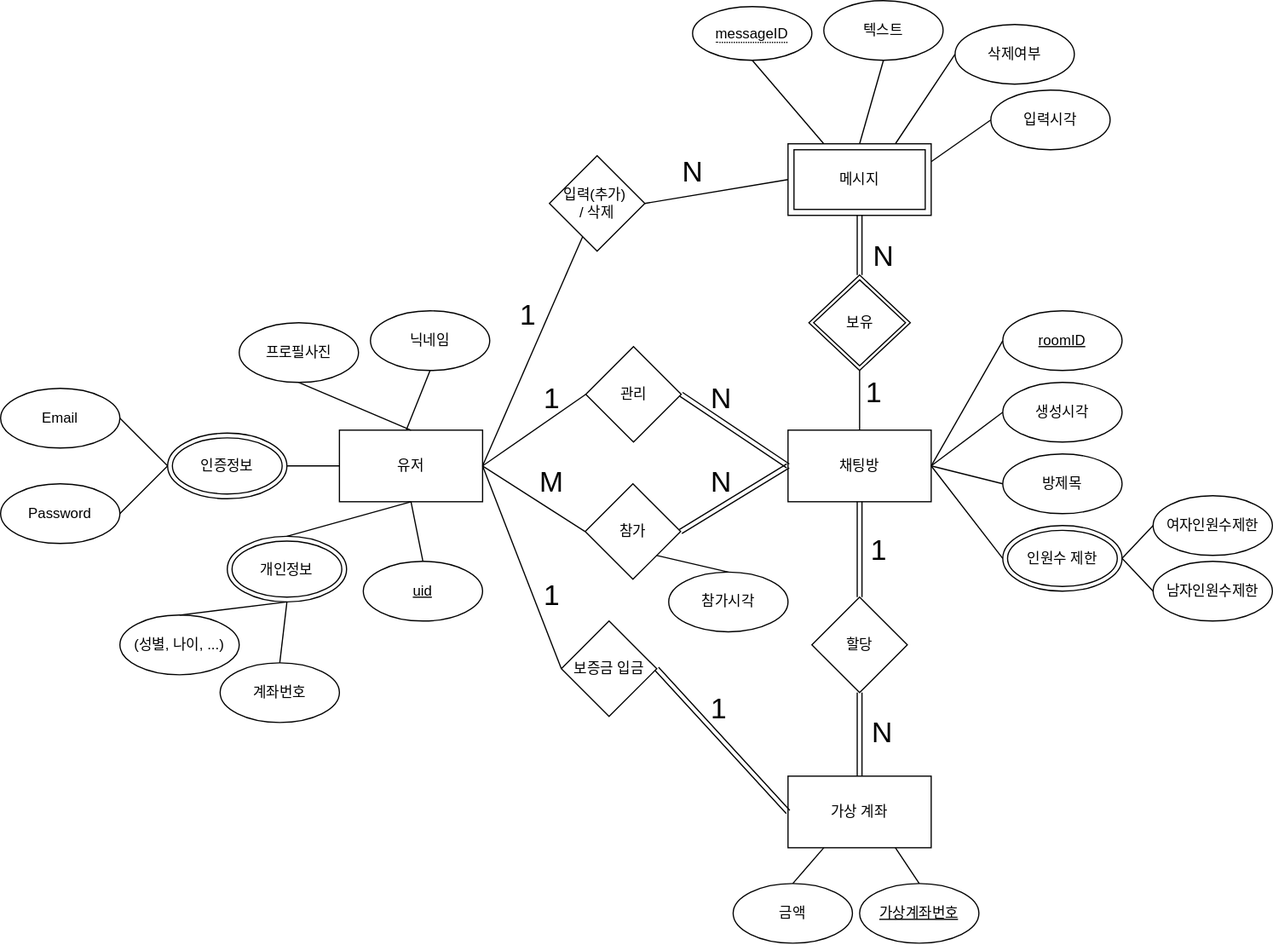
This is diagrams/DB_conceptual_design.drawio.svg from RGB234/meeting_app, a draw.io export, as it was before one commit. Source tidied: cells renumbered, new cells last; positions are measured from the earlier drawing's top-left corner, leaving out a move shared by most shapes.
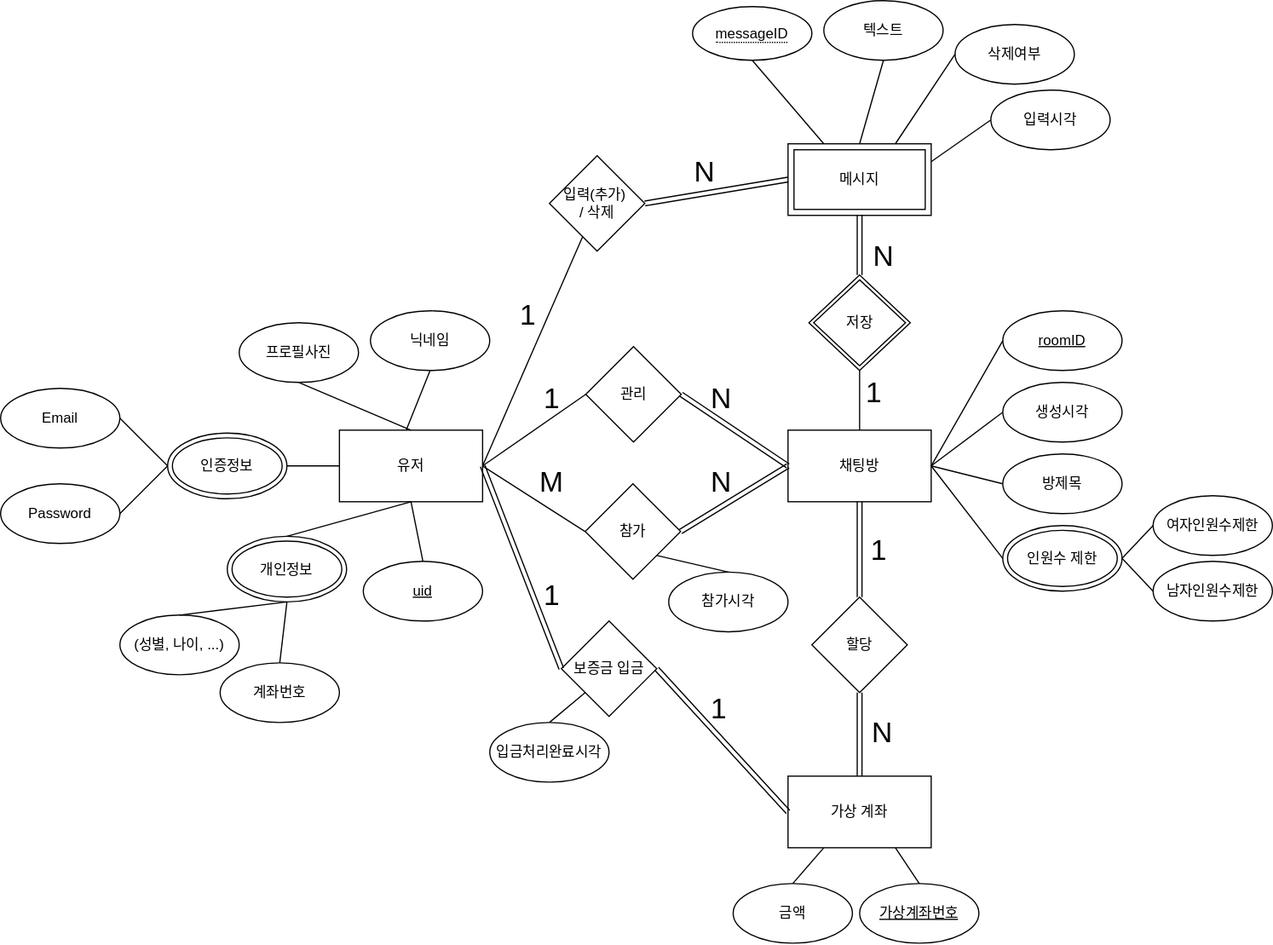
Above is the later version.

Change to the diagram source:
```diff
@@ -153,14 +153,6 @@
     <mxCell id="48" style="endArrow=none;html=1;rounded=0;exitX=0.5;exitY=0;exitDx=0;exitDy=0;entryX=0.25;entryY=1;entryDx=0;entryDy=0;" parent="1" edge="1" source="46" target="51">
       <mxGeometry relative="1" as="geometry" />
     </mxCell>
-    <mxCell id="49" style="endArrow=none;html=1;rounded=0;entryX=1;entryY=0.5;entryDx=0;entryDy=0;exitX=0;exitY=0.5;exitDx=0;exitDy=0;" parent="1" edge="1" source="73" target="6">
-      <mxGeometry relative="1" as="geometry" />
-    </mxCell>
-    <mxCell id="50" value="N" style="html=1;whiteSpace=wrap;align=right;verticalAlign=bottom;fontSize=24;direction=south;" parent="49" vertex="1">
-      <mxGeometry x="1" relative="1" as="geometry">
-        <mxPoint x="50" y="-10" as="offset" />
-      </mxGeometry>
-    </mxCell>
     <mxCell id="51" value="가상 계좌" style="rounded=0;whiteSpace=wrap;html=1;" parent="1" vertex="1">
       <mxGeometry x="660" y="650" width="120" height="60" as="geometry" />
     </mxCell>
@@ -206,9 +198,6 @@
     <mxCell id="63" value="1" style="html=1;whiteSpace=wrap;align=right;verticalAlign=bottom;fontSize=24;" parent="1" vertex="1">
       <mxGeometry x="470" y="515" as="geometry" />
     </mxCell>
-    <mxCell id="64" style="endArrow=none;html=1;rounded=0;entryX=0;entryY=0.5;entryDx=0;entryDy=0;exitX=1;exitY=0.5;exitDx=0;exitDy=0;" parent="1" edge="1" source="4" target="56">
-      <mxGeometry relative="1" as="geometry" />
-    </mxCell>
     <mxCell id="65" value="입력시각" style="ellipse;whiteSpace=wrap;html=1;" parent="1" vertex="1">
       <mxGeometry x="830" y="75" width="100" height="50" as="geometry" />
     </mxCell>
@@ -230,7 +219,7 @@
     <mxCell id="71" style="endArrow=none;html=1;rounded=0;entryX=0.5;entryY=0;entryDx=0;entryDy=0;exitX=0.5;exitY=1;exitDx=0;exitDy=0;" parent="1" edge="1" source="68" target="73">
       <mxGeometry relative="1" as="geometry" />
     </mxCell>
-    <mxCell id="72" value="보유" style="shape=rhombus;double=1;perimeter=rhombusPerimeter;whiteSpace=wrap;html=1;align=center;" parent="1" vertex="1">
+    <mxCell id="72" value="저장" style="shape=rhombus;double=1;perimeter=rhombusPerimeter;whiteSpace=wrap;html=1;align=center;" parent="1" vertex="1">
       <mxGeometry x="677.5" y="230" width="85" height="80" as="geometry" />
     </mxCell>
     <mxCell id="73" value="메시지" style="shape=ext;margin=3;double=1;whiteSpace=wrap;html=1;align=center;" parent="1" vertex="1">
@@ -261,5 +250,22 @@
     <mxCell id="80" value="1" style="html=1;whiteSpace=wrap;align=right;verticalAlign=bottom;fontSize=24;" parent="1" vertex="1">
       <mxGeometry x="740" y="345" as="geometry" />
     </mxCell>
+    <mxCell id="81" style="shape=link;html=1;rounded=0;entryX=0;entryY=0.5;entryDx=0;entryDy=0;exitX=1;exitY=0.5;exitDx=0;exitDy=0;" parent="1" edge="1" source="6" target="73">
+      <mxGeometry relative="1" as="geometry" />
+    </mxCell>
+    <mxCell id="50" value="&lt;font style=&quot;font-size: 24px;&quot;&gt;N&lt;/font&gt;" style="html=1;whiteSpace=wrap;align=right;verticalAlign=bottom;" parent="81" vertex="1">
+      <mxGeometry x="1" relative="1" as="geometry">
+        <mxPoint x="-60" y="10" as="offset" />
+      </mxGeometry>
+    </mxCell>
+    <mxCell id="82" style="endArrow=none;html=1;rounded=0;entryX=0;entryY=1;entryDx=0;entryDy=0;exitX=0.5;exitY=0;exitDx=0;exitDy=0;" parent="1" edge="1" source="83" target="56">
+      <mxGeometry relative="1" as="geometry" />
+    </mxCell>
+    <mxCell id="83" value="&lt;span style=&quot;background-color: initial;&quot;&gt;입금처리완료시각&lt;/span&gt;" style="ellipse;whiteSpace=wrap;html=1;" parent="1" vertex="1">
+      <mxGeometry x="410" y="605" width="100" height="50" as="geometry" />
+    </mxCell>
+    <mxCell id="84" style="shape=link;html=1;rounded=0;entryX=1;entryY=0.5;entryDx=0;entryDy=0;exitX=0;exitY=0.5;exitDx=0;exitDy=0;" parent="1" edge="1" source="56" target="4">
+      <mxGeometry relative="1" as="geometry" />
+    </mxCell>
   </root>
 </mxGraphModel>
```
